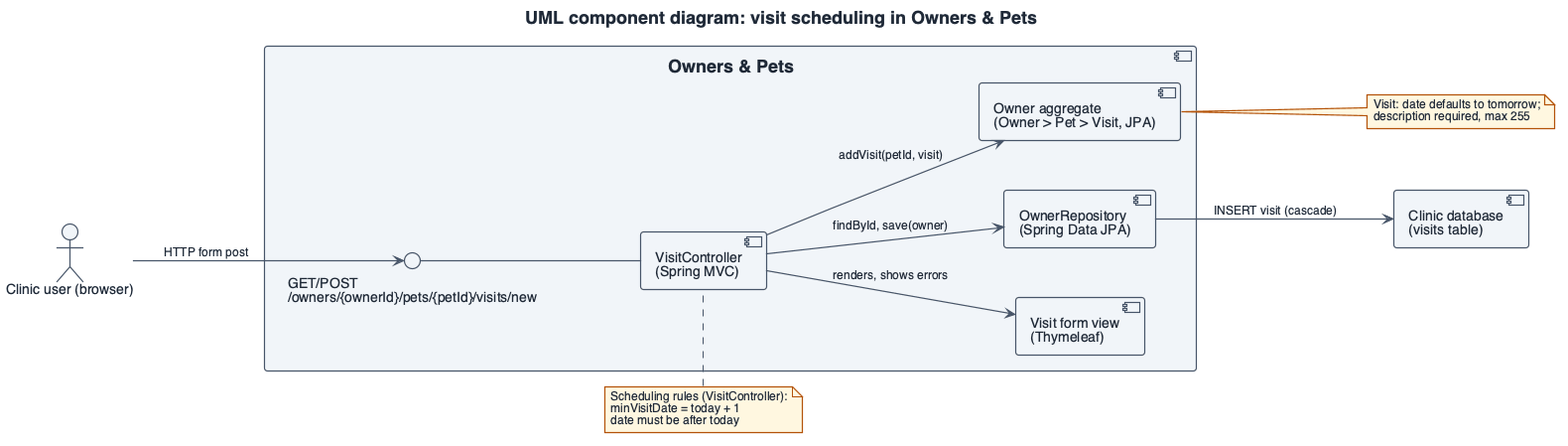
This is experiments/view-generation-2026-10/skill/uml-view/examples/component-detailed/view.png from sa4s-serc/task2View, a PlantUML export, as it was before one commit. The source it was exported from:
```plantuml
@startuml
skinparam shadowing false
skinparam defaultFontName Helvetica
skinparam maxMessageSize 180
skinparam wrapWidth 180
<style>
root {
  FontName Helvetica
  FontSize 14
  FontColor #1F2937
}
element { BackgroundColor #F1F5F9; LineColor #475569; LineThickness 1.2; RoundCorner 6 }
arrow   { LineColor #475569; LineThickness 1.2; FontSize 12; MaximumWidth 180 }
note    { BackgroundColor #FFF7E0; LineColor #B45309; FontSize 12; MaximumWidth 220 }
title   { FontSize 18; FontStyle bold }
caption { FontSize 12; FontColor #64748B }
legend  { FontSize 12; BackgroundColor white; LineColor #CBD5E1; MaximumWidth 320 }
.accent { BackgroundColor #1D4ED8; FontColor white; LineColor #1E3A8A }
.alert  { BackgroundColor #FEE2E2; FontColor #7F1D1D; LineColor #B91C1C }
.muted  { BackgroundColor #F8FAFC; FontColor #64748B; LineColor #CBD5E1 }
</style>
hide <<accent>> stereotype
hide <<alert>> stereotype
hide <<muted>> stereotype
skinparam linetype polyline
skinparam nodesep 50
skinparam ranksep 60
left to right direction

title UML component diagram: visit scheduling in Owners & Pets

actor "Clinic user (browser)" as user

component "Owners & Pets" as owners {
  interface "GET/POST\n/owners/{ownerId}/pets/{petId}/visits/new" as visitsApi
  component "VisitController\n(Spring MVC)" as visitCtl
  component "Visit form view\n(Thymeleaf)" as visitForm
  component "Owner aggregate\n(Owner > Pet > Visit, JPA)" as ownerAgg
  component "OwnerRepository\n(Spring Data JPA)" as ownerRepo
}
component "Clinic database\n(visits table)" as db

user      --> visitsApi : HTTP form post
visitsApi  -- visitCtl
visitCtl  --> visitForm : renders, shows errors
visitCtl  --> ownerAgg  : addVisit(petId, visit)
visitCtl  --> ownerRepo : findById, save(owner)
ownerRepo --> db        : INSERT visit (cascade)

note top of visitCtl
  Scheduling rules (VisitController):
  minVisitDate = today + 1
  date must be after today
end note
note right of ownerAgg
  Visit: date defaults to tomorrow;
  description required, max 255
end note
@enduml
```
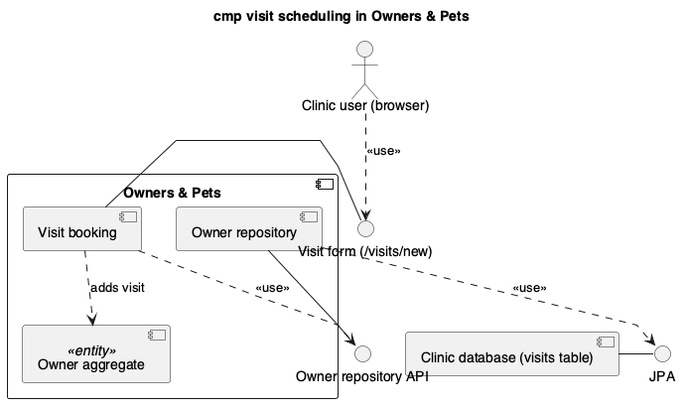
After the commit.

The edit, as a diff of the source:
```diff
@@ -1,59 +1,25 @@
 @startuml
-skinparam shadowing false
+skinparam componentStyle uml2
 skinparam defaultFontName Helvetica
-skinparam maxMessageSize 180
-skinparam wrapWidth 180
-<style>
-root {
-  FontName Helvetica
-  FontSize 14
-  FontColor #1F2937
-}
-element { BackgroundColor #F1F5F9; LineColor #475569; LineThickness 1.2; RoundCorner 6 }
-arrow   { LineColor #475569; LineThickness 1.2; FontSize 12; MaximumWidth 180 }
-note    { BackgroundColor #FFF7E0; LineColor #B45309; FontSize 12; MaximumWidth 220 }
-title   { FontSize 18; FontStyle bold }
-caption { FontSize 12; FontColor #64748B }
-legend  { FontSize 12; BackgroundColor white; LineColor #CBD5E1; MaximumWidth 320 }
-.accent { BackgroundColor #1D4ED8; FontColor white; LineColor #1E3A8A }
-.alert  { BackgroundColor #FEE2E2; FontColor #7F1D1D; LineColor #B91C1C }
-.muted  { BackgroundColor #F8FAFC; FontColor #64748B; LineColor #CBD5E1 }
-</style>
-hide <<accent>> stereotype
-hide <<alert>> stereotype
-hide <<muted>> stereotype
 skinparam linetype polyline
-skinparam nodesep 50
-skinparam ranksep 60
-left to right direction
-
-title UML component diagram: visit scheduling in Owners & Pets
+title cmp visit scheduling in Owners & Pets
 
 actor "Clinic user (browser)" as user
+component "Owners & Pets" as owners {
+  component "Visit booking" as visitBooking
+  component "Owner aggregate" as ownerAgg <<entity>>
+  component "Owner repository" as ownerRepo
+}
+component "Clinic database (visits table)" as db
+interface "Visit form (/visits/new)" as visitForm
+interface "Owner repository API" as ownerRepoApi
+interface "JPA" as jpa
 
-component "Owners & Pets" as owners {
-  interface "GET/POST\n/owners/{ownerId}/pets/{petId}/visits/new" as visitsApi
-  component "VisitController\n(Spring MVC)" as visitCtl
-  component "Visit form view\n(Thymeleaf)" as visitForm
-  component "Owner aggregate\n(Owner > Pet > Visit, JPA)" as ownerAgg
-  component "OwnerRepository\n(Spring Data JPA)" as ownerRepo
-}
-component "Clinic database\n(visits table)" as db
-
-user      --> visitsApi : HTTP form post
-visitsApi  -- visitCtl
-visitCtl  --> visitForm : renders, shows errors
-visitCtl  --> ownerAgg  : addVisit(petId, visit)
-visitCtl  --> ownerRepo : findById, save(owner)
-ownerRepo --> db        : INSERT visit (cascade)
-
-note top of visitCtl
-  Scheduling rules (VisitController):
-  minVisitDate = today + 1
-  date must be after today
-end note
-note right of ownerAgg
-  Visit: date defaults to tomorrow;
-  description required, max 255
-end note
+visitBooking - visitForm
+ownerRepo - ownerRepoApi
+db - jpa
+visitBooking ..> ownerRepoApi : <<use>>
+ownerRepo ..> jpa : <<use>>
+user ..> visitForm : <<use>>
+visitBooking ..> ownerAgg : adds visit
 @enduml
```
